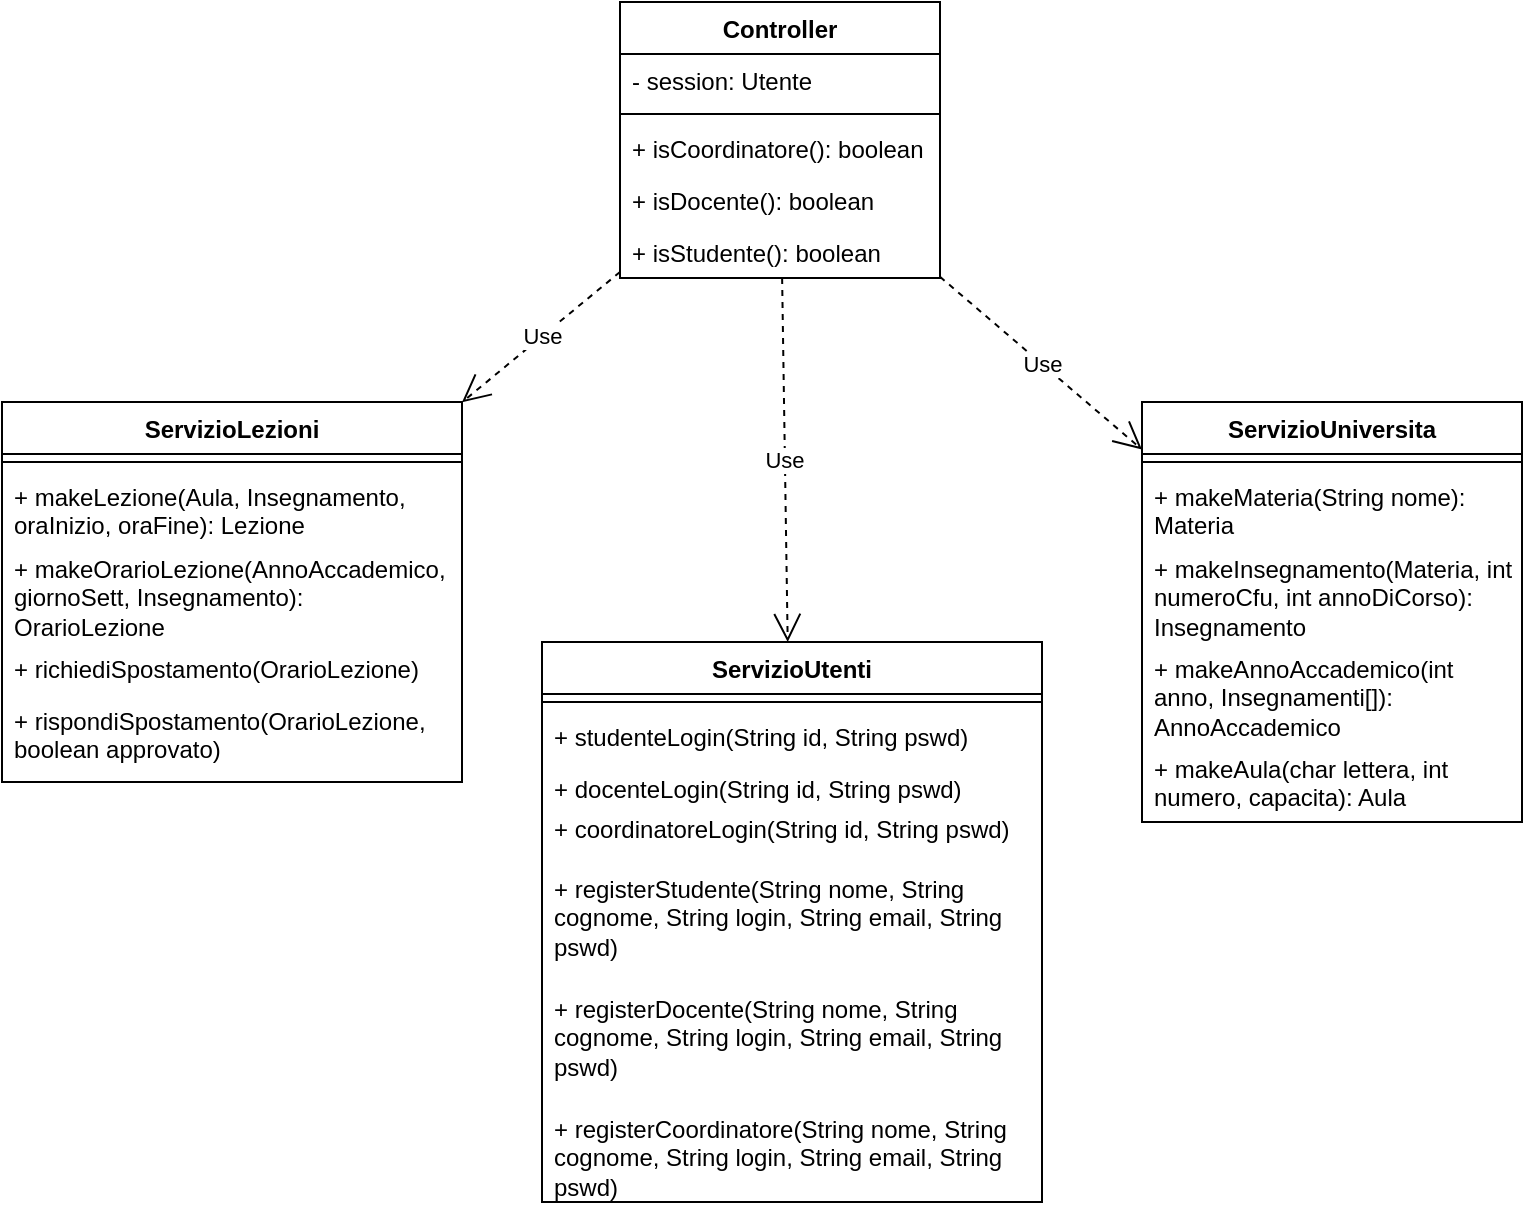
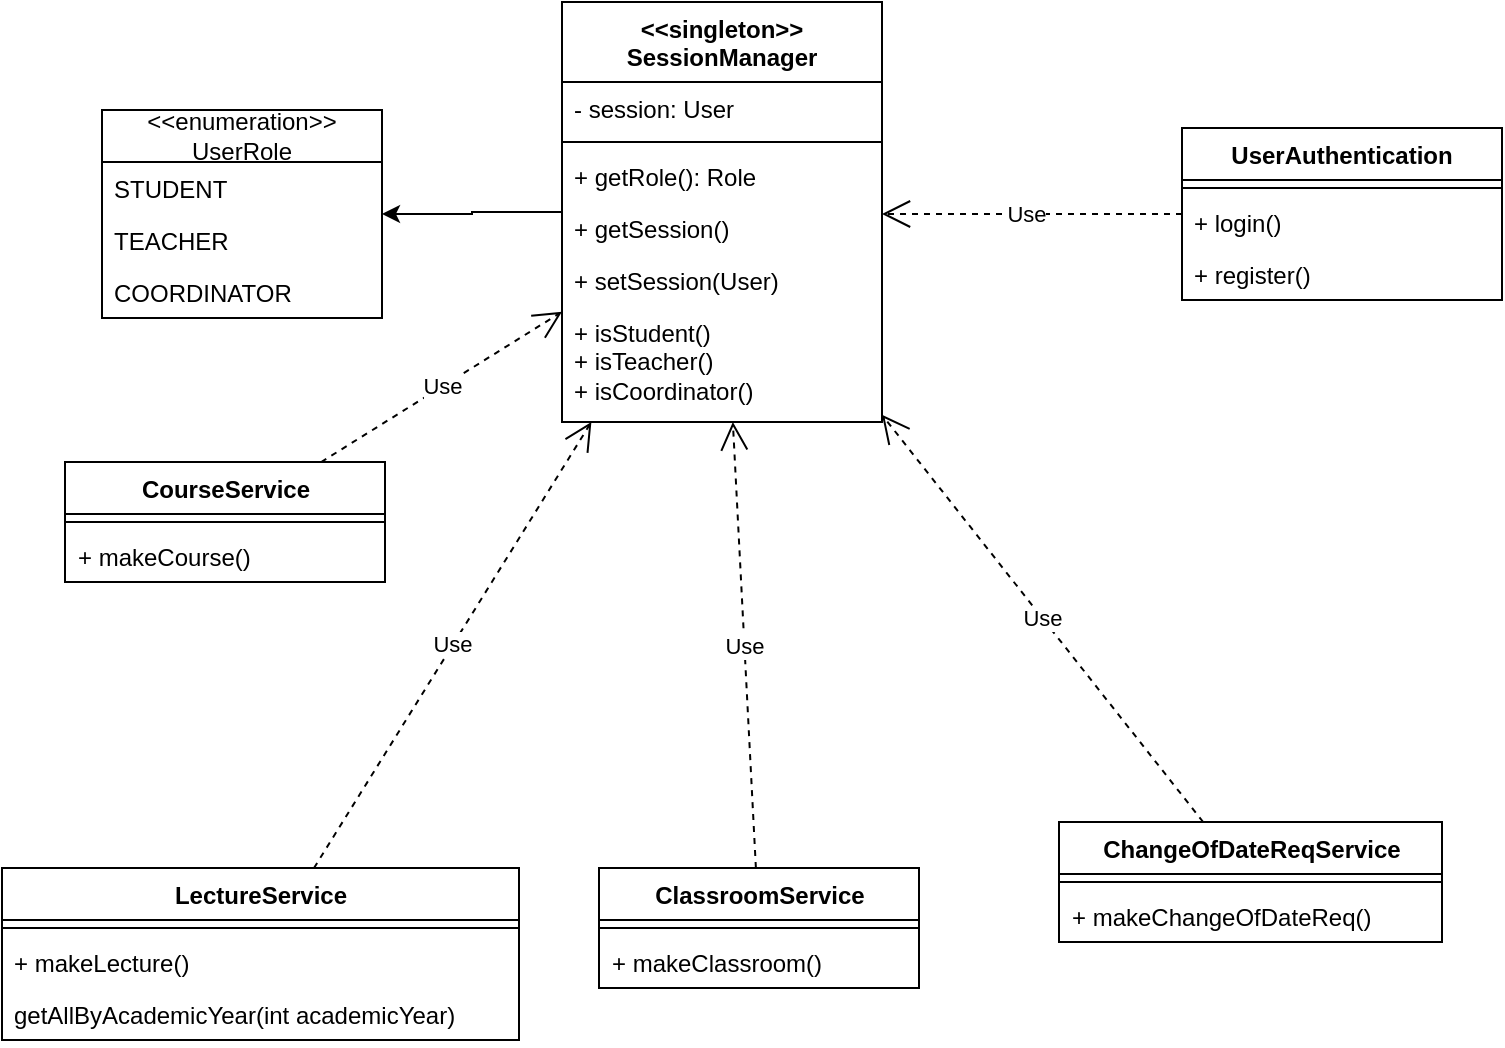
- <mxfile host="Electron" agent="Mozilla/5.0 (X11; Linux x86_64) AppleWebKit/537.36 (KHTML, like Gecko) draw.io/29.6.6 Chrome/144.0.7559.236 Electron/40.8.4 Safari/537.36" version="29.6.6">
-   <diagram name="Page-1" id="Ghs72AzsSMteOQDKlsM0">
-     <mxGraphModel dx="758" dy="1847" grid="1" gridSize="10" guides="1" tooltips="1" connect="1" arrows="1" fold="1" page="1" pageScale="1" pageWidth="850" pageHeight="1100" math="0" shadow="0">
+ <mxfile host="app.diagrams.net" agent="5.0 (Macintosh; Intel Mac OS X 10_15_7) AppleWebKit/537.36 (KHTML, like Gecko) Chrome/109.0.0.0 Safari/537.36">
+   <diagram name="Page-1" id="2YBvvXClWsGukQMizWep">
+     <mxGraphModel dx="1653" dy="1880" grid="1" gridSize="10" guides="1" tooltips="1" connect="1" arrows="1" fold="1" page="1" pageScale="1" pageWidth="850" pageHeight="1100" math="0" shadow="0">
      <root>
        <mxCell id="0" />
        <mxCell id="1" parent="0" />
-         <mxCell id="P6vj78B09w3VkGaw5cSu-1" parent="1" style="swimlane;fontStyle=1;align=center;verticalAlign=top;childLayout=stackLayout;horizontal=1;startSize=26;horizontalStack=0;resizeParent=1;resizeParentMax=0;resizeLast=0;collapsible=1;marginBottom=0;whiteSpace=wrap;html=1;" value="ServizioUtenti" vertex="1">
-           <mxGeometry height="280" width="250" x="320" y="280" as="geometry" />
+         <mxCell id="c3OOQRYHgm3irvs4XgnJ-5" parent="1" style="swimlane;fontStyle=1;align=center;verticalAlign=top;childLayout=stackLayout;horizontal=1;startSize=26;horizontalStack=0;resizeParent=1;resizeParentMax=0;resizeLast=0;collapsible=1;marginBottom=0;whiteSpace=wrap;html=1;" value="ClassroomService" vertex="1">
+           <mxGeometry height="60" width="160" x="308.5" y="303" as="geometry" />
        </mxCell>
-         <mxCell id="P6vj78B09w3VkGaw5cSu-3" parent="P6vj78B09w3VkGaw5cSu-1" style="line;strokeWidth=1;fillColor=none;align=left;verticalAlign=middle;spacingTop=-1;spacingLeft=3;spacingRight=3;rotatable=0;labelPosition=right;points=[];portConstraint=eastwest;strokeColor=inherit;" value="" vertex="1">
-           <mxGeometry height="8" width="250" y="26" as="geometry" />
+         <mxCell id="c3OOQRYHgm3irvs4XgnJ-7" parent="c3OOQRYHgm3irvs4XgnJ-5" style="line;strokeWidth=1;fillColor=none;align=left;verticalAlign=middle;spacingTop=-1;spacingLeft=3;spacingRight=3;rotatable=0;labelPosition=right;points=[];portConstraint=eastwest;strokeColor=inherit;" value="" vertex="1">
+           <mxGeometry height="8" width="160" y="26" as="geometry" />
        </mxCell>
-         <mxCell id="P6vj78B09w3VkGaw5cSu-4" parent="P6vj78B09w3VkGaw5cSu-1" style="text;strokeColor=none;fillColor=none;align=left;verticalAlign=top;spacingLeft=4;spacingRight=4;overflow=hidden;rotatable=0;points=[[0,0.5],[1,0.5]];portConstraint=eastwest;whiteSpace=wrap;html=1;" value="+ studenteLogin(String id, String pswd)" vertex="1">
-           <mxGeometry height="26" width="250" y="34" as="geometry" />
+         <mxCell id="c3OOQRYHgm3irvs4XgnJ-8" parent="c3OOQRYHgm3irvs4XgnJ-5" style="text;strokeColor=none;fillColor=none;align=left;verticalAlign=top;spacingLeft=4;spacingRight=4;overflow=hidden;rotatable=0;points=[[0,0.5],[1,0.5]];portConstraint=eastwest;whiteSpace=wrap;html=1;" value="+ makeClassroom()" vertex="1">
+           <mxGeometry height="26" width="160" y="34" as="geometry" />
        </mxCell>
-         <mxCell id="P6vj78B09w3VkGaw5cSu-21" parent="P6vj78B09w3VkGaw5cSu-1" style="text;strokeColor=none;fillColor=none;align=left;verticalAlign=top;spacingLeft=4;spacingRight=4;overflow=hidden;rotatable=0;points=[[0,0.5],[1,0.5]];portConstraint=eastwest;whiteSpace=wrap;html=1;" value="+ docenteLogin(String id, String pswd)" vertex="1">
-           <mxGeometry height="20" width="250" y="60" as="geometry" />
+         <mxCell id="c3OOQRYHgm3irvs4XgnJ-13" parent="1" style="swimlane;fontStyle=1;align=center;verticalAlign=top;childLayout=stackLayout;horizontal=1;startSize=26;horizontalStack=0;resizeParent=1;resizeParentMax=0;resizeLast=0;collapsible=1;marginBottom=0;whiteSpace=wrap;html=1;" value="LectureService" vertex="1">
+           <mxGeometry height="86" width="258.5" x="10" y="303" as="geometry" />
        </mxCell>
-         <mxCell id="P6vj78B09w3VkGaw5cSu-22" parent="P6vj78B09w3VkGaw5cSu-1" style="text;strokeColor=none;fillColor=none;align=left;verticalAlign=top;spacingLeft=4;spacingRight=4;overflow=hidden;rotatable=0;points=[[0,0.5],[1,0.5]];portConstraint=eastwest;whiteSpace=wrap;html=1;" value="+ coordinatoreLogin(String id, String pswd)" vertex="1">
-           <mxGeometry height="30" width="250" y="80" as="geometry" />
+         <mxCell id="c3OOQRYHgm3irvs4XgnJ-15" parent="c3OOQRYHgm3irvs4XgnJ-13" style="line;strokeWidth=1;fillColor=none;align=left;verticalAlign=middle;spacingTop=-1;spacingLeft=3;spacingRight=3;rotatable=0;labelPosition=right;points=[];portConstraint=eastwest;strokeColor=inherit;" value="" vertex="1">
+           <mxGeometry height="8" width="258.5" y="26" as="geometry" />
        </mxCell>
-         <mxCell id="P6vj78B09w3VkGaw5cSu-20" parent="P6vj78B09w3VkGaw5cSu-1" style="text;strokeColor=none;fillColor=none;align=left;verticalAlign=top;spacingLeft=4;spacingRight=4;overflow=hidden;rotatable=0;points=[[0,0.5],[1,0.5]];portConstraint=eastwest;whiteSpace=wrap;html=1;" value="+ registerStudente(String nome, String cognome, String login, String email, String pswd)" vertex="1">
-           <mxGeometry height="60" width="250" y="110" as="geometry" />
+         <mxCell id="c3OOQRYHgm3irvs4XgnJ-16" parent="c3OOQRYHgm3irvs4XgnJ-13" style="text;strokeColor=none;fillColor=none;align=left;verticalAlign=top;spacingLeft=4;spacingRight=4;overflow=hidden;rotatable=0;points=[[0,0.5],[1,0.5]];portConstraint=eastwest;whiteSpace=wrap;html=1;" value="+ makeLecture()" vertex="1">
+           <mxGeometry height="26" width="258.5" y="34" as="geometry" />
        </mxCell>
-         <mxCell id="P6vj78B09w3VkGaw5cSu-23" parent="P6vj78B09w3VkGaw5cSu-1" style="text;strokeColor=none;fillColor=none;align=left;verticalAlign=top;spacingLeft=4;spacingRight=4;overflow=hidden;rotatable=0;points=[[0,0.5],[1,0.5]];portConstraint=eastwest;whiteSpace=wrap;html=1;" value="+ registerDocente(String nome, String cognome, String login, String email, String pswd)" vertex="1">
-           <mxGeometry height="60" width="250" y="170" as="geometry" />
+         <mxCell id="OPMdSsy4m8qeCp2Xcq0j-1" parent="c3OOQRYHgm3irvs4XgnJ-13" style="text;strokeColor=none;fillColor=none;align=left;verticalAlign=top;spacingLeft=4;spacingRight=4;overflow=hidden;rotatable=0;points=[[0,0.5],[1,0.5]];portConstraint=eastwest;whiteSpace=wrap;html=1;" value="getAllByAcademicYear(int academicYear)" vertex="1">
+           <mxGeometry height="26" width="258.5" y="60" as="geometry" />
        </mxCell>
-         <mxCell id="P6vj78B09w3VkGaw5cSu-24" parent="P6vj78B09w3VkGaw5cSu-1" style="text;strokeColor=none;fillColor=none;align=left;verticalAlign=top;spacingLeft=4;spacingRight=4;overflow=hidden;rotatable=0;points=[[0,0.5],[1,0.5]];portConstraint=eastwest;whiteSpace=wrap;html=1;" value="+ registerCoordinatore(String nome, String cognome, String login, String email, String pswd)" vertex="1">
-           <mxGeometry height="50" width="250" y="230" as="geometry" />
+         <mxCell id="c3OOQRYHgm3irvs4XgnJ-17" parent="1" style="swimlane;fontStyle=1;align=center;verticalAlign=top;childLayout=stackLayout;horizontal=1;startSize=26;horizontalStack=0;resizeParent=1;resizeParentMax=0;resizeLast=0;collapsible=1;marginBottom=0;whiteSpace=wrap;html=1;" value="CourseService" vertex="1">
+           <mxGeometry height="60" width="160" x="41.5" y="100" as="geometry" />
        </mxCell>
-         <mxCell id="P6vj78B09w3VkGaw5cSu-5" parent="1" style="swimlane;fontStyle=1;align=center;verticalAlign=top;childLayout=stackLayout;horizontal=1;startSize=26;horizontalStack=0;resizeParent=1;resizeParentMax=0;resizeLast=0;collapsible=1;marginBottom=0;whiteSpace=wrap;html=1;" value="ServizioUniversita" vertex="1">
-           <mxGeometry height="210" width="190" x="620" y="160" as="geometry" />
+         <mxCell id="c3OOQRYHgm3irvs4XgnJ-19" parent="c3OOQRYHgm3irvs4XgnJ-17" style="line;strokeWidth=1;fillColor=none;align=left;verticalAlign=middle;spacingTop=-1;spacingLeft=3;spacingRight=3;rotatable=0;labelPosition=right;points=[];portConstraint=eastwest;strokeColor=inherit;" value="" vertex="1">
+           <mxGeometry height="8" width="160" y="26" as="geometry" />
        </mxCell>
-         <mxCell id="P6vj78B09w3VkGaw5cSu-7" parent="P6vj78B09w3VkGaw5cSu-5" style="line;strokeWidth=1;fillColor=none;align=left;verticalAlign=middle;spacingTop=-1;spacingLeft=3;spacingRight=3;rotatable=0;labelPosition=right;points=[];portConstraint=eastwest;strokeColor=inherit;" value="" vertex="1">
-           <mxGeometry height="8" width="190" y="26" as="geometry" />
+         <mxCell id="c3OOQRYHgm3irvs4XgnJ-20" parent="c3OOQRYHgm3irvs4XgnJ-17" style="text;strokeColor=none;fillColor=none;align=left;verticalAlign=top;spacingLeft=4;spacingRight=4;overflow=hidden;rotatable=0;points=[[0,0.5],[1,0.5]];portConstraint=eastwest;whiteSpace=wrap;html=1;" value="+ makeCourse()" vertex="1">
+           <mxGeometry height="26" width="160" y="34" as="geometry" />
        </mxCell>
-         <mxCell id="P6vj78B09w3VkGaw5cSu-8" parent="P6vj78B09w3VkGaw5cSu-5" style="text;strokeColor=none;fillColor=none;align=left;verticalAlign=top;spacingLeft=4;spacingRight=4;overflow=hidden;rotatable=0;points=[[0,0.5],[1,0.5]];portConstraint=eastwest;whiteSpace=wrap;html=1;" value="+ makeMateria(String nome): Materia" vertex="1">
-           <mxGeometry height="36" width="190" y="34" as="geometry" />
+         <mxCell id="c3OOQRYHgm3irvs4XgnJ-31" parent="1" style="swimlane;fontStyle=1;align=center;verticalAlign=top;childLayout=stackLayout;horizontal=1;startSize=26;horizontalStack=0;resizeParent=1;resizeParentMax=0;resizeLast=0;collapsible=1;marginBottom=0;whiteSpace=wrap;html=1;" value="ChangeOfDateReqService" vertex="1">
+           <mxGeometry height="60" width="191.5" x="538.5" y="280" as="geometry" />
        </mxCell>
-         <mxCell id="P6vj78B09w3VkGaw5cSu-25" parent="P6vj78B09w3VkGaw5cSu-5" style="text;strokeColor=none;fillColor=none;align=left;verticalAlign=top;spacingLeft=4;spacingRight=4;overflow=hidden;rotatable=0;points=[[0,0.5],[1,0.5]];portConstraint=eastwest;whiteSpace=wrap;html=1;" value="+ makeInsegnamento(Materia, int numeroCfu, int annoDiCorso): Insegnamento" vertex="1">
-           <mxGeometry height="50" width="190" y="70" as="geometry" />
+         <mxCell id="c3OOQRYHgm3irvs4XgnJ-33" parent="c3OOQRYHgm3irvs4XgnJ-31" style="line;strokeWidth=1;fillColor=none;align=left;verticalAlign=middle;spacingTop=-1;spacingLeft=3;spacingRight=3;rotatable=0;labelPosition=right;points=[];portConstraint=eastwest;strokeColor=inherit;" value="" vertex="1">
+           <mxGeometry height="8" width="191.5" y="26" as="geometry" />
        </mxCell>
-         <mxCell id="P6vj78B09w3VkGaw5cSu-26" parent="P6vj78B09w3VkGaw5cSu-5" style="text;strokeColor=none;fillColor=none;align=left;verticalAlign=top;spacingLeft=4;spacingRight=4;overflow=hidden;rotatable=0;points=[[0,0.5],[1,0.5]];portConstraint=eastwest;whiteSpace=wrap;html=1;" value="+ makeAnnoAccademico(int anno, Insegnamenti[]): AnnoAccademico" vertex="1">
-           <mxGeometry height="50" width="190" y="120" as="geometry" />
+         <mxCell id="c3OOQRYHgm3irvs4XgnJ-34" parent="c3OOQRYHgm3irvs4XgnJ-31" style="text;strokeColor=none;fillColor=none;align=left;verticalAlign=top;spacingLeft=4;spacingRight=4;overflow=hidden;rotatable=0;points=[[0,0.5],[1,0.5]];portConstraint=eastwest;whiteSpace=wrap;html=1;" value="+ makeChangeOfDateReq()" vertex="1">
+           <mxGeometry height="26" width="191.5" y="34" as="geometry" />
        </mxCell>
-         <mxCell id="P6vj78B09w3VkGaw5cSu-27" parent="P6vj78B09w3VkGaw5cSu-5" style="text;strokeColor=none;fillColor=none;align=left;verticalAlign=top;spacingLeft=4;spacingRight=4;overflow=hidden;rotatable=0;points=[[0,0.5],[1,0.5]];portConstraint=eastwest;whiteSpace=wrap;html=1;" value="+ makeAula(char lettera, int numero, capacita): Aula" vertex="1">
-           <mxGeometry height="40" width="190" y="170" as="geometry" />
+         <mxCell id="c3OOQRYHgm3irvs4XgnJ-87" edge="1" parent="1" source="c3OOQRYHgm3irvs4XgnJ-60" style="edgeStyle=orthogonalEdgeStyle;rounded=0;orthogonalLoop=1;jettySize=auto;html=1;" target="c3OOQRYHgm3irvs4XgnJ-83">
+           <mxGeometry relative="1" as="geometry" />
        </mxCell>
-         <mxCell id="P6vj78B09w3VkGaw5cSu-9" parent="1" style="swimlane;fontStyle=1;align=center;verticalAlign=top;childLayout=stackLayout;horizontal=1;startSize=26;horizontalStack=0;resizeParent=1;resizeParentMax=0;resizeLast=0;collapsible=1;marginBottom=0;whiteSpace=wrap;html=1;" value="Controller" vertex="1">
-           <mxGeometry height="138" width="160" x="359" y="-40" as="geometry" />
+         <mxCell id="c3OOQRYHgm3irvs4XgnJ-60" parent="1" style="swimlane;fontStyle=1;align=center;verticalAlign=top;childLayout=stackLayout;horizontal=1;startSize=40;horizontalStack=0;resizeParent=1;resizeParentMax=0;resizeLast=0;collapsible=1;marginBottom=0;whiteSpace=wrap;html=1;" value="&lt;div&gt;&amp;lt;&amp;lt;singleton&amp;gt;&amp;gt;&lt;/div&gt;&lt;div&gt;SessionManager&lt;/div&gt;" vertex="1">
+           <mxGeometry height="210" width="160" x="290" y="-130" as="geometry" />
        </mxCell>
-         <mxCell id="P6vj78B09w3VkGaw5cSu-10" parent="P6vj78B09w3VkGaw5cSu-9" style="text;strokeColor=none;fillColor=none;align=left;verticalAlign=top;spacingLeft=4;spacingRight=4;overflow=hidden;rotatable=0;points=[[0,0.5],[1,0.5]];portConstraint=eastwest;whiteSpace=wrap;html=1;" value="- session: Utente" vertex="1">
-           <mxGeometry height="26" width="160" y="26" as="geometry" />
+         <mxCell id="c3OOQRYHgm3irvs4XgnJ-61" parent="c3OOQRYHgm3irvs4XgnJ-60" style="text;strokeColor=none;fillColor=none;align=left;verticalAlign=top;spacingLeft=4;spacingRight=4;overflow=hidden;rotatable=0;points=[[0,0.5],[1,0.5]];portConstraint=eastwest;whiteSpace=wrap;html=1;" value="- session: User" vertex="1">
+           <mxGeometry height="26" width="160" y="40" as="geometry" />
        </mxCell>
-         <mxCell id="P6vj78B09w3VkGaw5cSu-11" parent="P6vj78B09w3VkGaw5cSu-9" style="line;strokeWidth=1;fillColor=none;align=left;verticalAlign=middle;spacingTop=-1;spacingLeft=3;spacingRight=3;rotatable=0;labelPosition=right;points=[];portConstraint=eastwest;strokeColor=inherit;" value="" vertex="1">
-           <mxGeometry height="8" width="160" y="52" as="geometry" />
+         <mxCell id="c3OOQRYHgm3irvs4XgnJ-62" parent="c3OOQRYHgm3irvs4XgnJ-60" style="line;strokeWidth=1;fillColor=none;align=left;verticalAlign=middle;spacingTop=-1;spacingLeft=3;spacingRight=3;rotatable=0;labelPosition=right;points=[];portConstraint=eastwest;strokeColor=inherit;" value="" vertex="1">
+           <mxGeometry height="8" width="160" y="66" as="geometry" />
        </mxCell>
-         <mxCell id="P6vj78B09w3VkGaw5cSu-12" parent="P6vj78B09w3VkGaw5cSu-9" style="text;strokeColor=none;fillColor=none;align=left;verticalAlign=top;spacingLeft=4;spacingRight=4;overflow=hidden;rotatable=0;points=[[0,0.5],[1,0.5]];portConstraint=eastwest;whiteSpace=wrap;html=1;" value="+ isCoordinatore(): boolean" vertex="1">
+         <mxCell id="c3OOQRYHgm3irvs4XgnJ-82" parent="c3OOQRYHgm3irvs4XgnJ-60" style="text;strokeColor=none;fillColor=none;align=left;verticalAlign=top;spacingLeft=4;spacingRight=4;overflow=hidden;rotatable=0;points=[[0,0.5],[1,0.5]];portConstraint=eastwest;whiteSpace=wrap;html=1;" value="+ getRole(): Role" vertex="1">
+           <mxGeometry height="26" width="160" y="74" as="geometry" />
+         </mxCell>
+         <mxCell id="c3OOQRYHgm3irvs4XgnJ-63" parent="c3OOQRYHgm3irvs4XgnJ-60" style="text;strokeColor=none;fillColor=none;align=left;verticalAlign=top;spacingLeft=4;spacingRight=4;overflow=hidden;rotatable=0;points=[[0,0.5],[1,0.5]];portConstraint=eastwest;whiteSpace=wrap;html=1;" value="+ getSession()" vertex="1">
+           <mxGeometry height="26" width="160" y="100" as="geometry" />
+         </mxCell>
+         <mxCell id="c3OOQRYHgm3irvs4XgnJ-78" parent="c3OOQRYHgm3irvs4XgnJ-60" style="text;strokeColor=none;fillColor=none;align=left;verticalAlign=top;spacingLeft=4;spacingRight=4;overflow=hidden;rotatable=0;points=[[0,0.5],[1,0.5]];portConstraint=eastwest;whiteSpace=wrap;html=1;" value="+ setSession(User)" vertex="1">
+           <mxGeometry height="26" width="160" y="126" as="geometry" />
+         </mxCell>
+         <mxCell id="3TMem2JVMShr2a-YbWjl-6" parent="c3OOQRYHgm3irvs4XgnJ-60" style="text;strokeColor=none;fillColor=none;align=left;verticalAlign=top;spacingLeft=4;spacingRight=4;overflow=hidden;rotatable=0;points=[[0,0.5],[1,0.5]];portConstraint=eastwest;whiteSpace=wrap;html=1;" value="&lt;div&gt;+ isStudent()&lt;/div&gt;&lt;div&gt;+ isTeacher()&lt;/div&gt;&lt;div&gt;+ isCoordinator()&lt;/div&gt;" vertex="1">
+           <mxGeometry height="58" width="160" y="152" as="geometry" />
+         </mxCell>
+         <mxCell id="c3OOQRYHgm3irvs4XgnJ-71" parent="1" style="swimlane;fontStyle=1;align=center;verticalAlign=top;childLayout=stackLayout;horizontal=1;startSize=26;horizontalStack=0;resizeParent=1;resizeParentMax=0;resizeLast=0;collapsible=1;marginBottom=0;whiteSpace=wrap;html=1;" value="UserAuthentication" vertex="1">
+           <mxGeometry height="86" width="160" x="600" y="-67" as="geometry" />
+         </mxCell>
+         <mxCell id="c3OOQRYHgm3irvs4XgnJ-73" parent="c3OOQRYHgm3irvs4XgnJ-71" style="line;strokeWidth=1;fillColor=none;align=left;verticalAlign=middle;spacingTop=-1;spacingLeft=3;spacingRight=3;rotatable=0;labelPosition=right;points=[];portConstraint=eastwest;strokeColor=inherit;" value="" vertex="1">
+           <mxGeometry height="8" width="160" y="26" as="geometry" />
+         </mxCell>
+         <mxCell id="c3OOQRYHgm3irvs4XgnJ-91" parent="c3OOQRYHgm3irvs4XgnJ-71" style="text;strokeColor=none;fillColor=none;align=left;verticalAlign=top;spacingLeft=4;spacingRight=4;overflow=hidden;rotatable=0;points=[[0,0.5],[1,0.5]];portConstraint=eastwest;whiteSpace=wrap;html=1;" value="+ login()" vertex="1">
+           <mxGeometry height="26" width="160" y="34" as="geometry" />
+         </mxCell>
+         <mxCell id="c3OOQRYHgm3irvs4XgnJ-74" parent="c3OOQRYHgm3irvs4XgnJ-71" style="text;strokeColor=none;fillColor=none;align=left;verticalAlign=top;spacingLeft=4;spacingRight=4;overflow=hidden;rotatable=0;points=[[0,0.5],[1,0.5]];portConstraint=eastwest;whiteSpace=wrap;html=1;" value="+ register()" vertex="1">
          <mxGeometry height="26" width="160" y="60" as="geometry" />
        </mxCell>
-         <mxCell id="P6vj78B09w3VkGaw5cSu-28" parent="P6vj78B09w3VkGaw5cSu-9" style="text;strokeColor=none;fillColor=none;align=left;verticalAlign=top;spacingLeft=4;spacingRight=4;overflow=hidden;rotatable=0;points=[[0,0.5],[1,0.5]];portConstraint=eastwest;whiteSpace=wrap;html=1;" value="+ isDocente(): boolean" vertex="1">
-           <mxGeometry height="26" width="160" y="86" as="geometry" />
-         </mxCell>
-         <mxCell id="P6vj78B09w3VkGaw5cSu-29" parent="P6vj78B09w3VkGaw5cSu-9" style="text;strokeColor=none;fillColor=none;align=left;verticalAlign=top;spacingLeft=4;spacingRight=4;overflow=hidden;rotatable=0;points=[[0,0.5],[1,0.5]];portConstraint=eastwest;whiteSpace=wrap;html=1;" value="+ isStudente(): boolean" vertex="1">
-           <mxGeometry height="26" width="160" y="112" as="geometry" />
-         </mxCell>
-         <mxCell id="P6vj78B09w3VkGaw5cSu-13" parent="1" style="swimlane;fontStyle=1;align=center;verticalAlign=top;childLayout=stackLayout;horizontal=1;startSize=26;horizontalStack=0;resizeParent=1;resizeParentMax=0;resizeLast=0;collapsible=1;marginBottom=0;whiteSpace=wrap;html=1;" value="ServizioLezioni" vertex="1">
-           <mxGeometry height="190" width="230" x="50" y="160" as="geometry" />
-         </mxCell>
-         <mxCell id="P6vj78B09w3VkGaw5cSu-15" parent="P6vj78B09w3VkGaw5cSu-13" style="line;strokeWidth=1;fillColor=none;align=left;verticalAlign=middle;spacingTop=-1;spacingLeft=3;spacingRight=3;rotatable=0;labelPosition=right;points=[];portConstraint=eastwest;strokeColor=inherit;" value="" vertex="1">
-           <mxGeometry height="8" width="230" y="26" as="geometry" />
-         </mxCell>
-         <mxCell id="P6vj78B09w3VkGaw5cSu-16" parent="P6vj78B09w3VkGaw5cSu-13" style="text;strokeColor=none;fillColor=none;align=left;verticalAlign=top;spacingLeft=4;spacingRight=4;overflow=hidden;rotatable=0;points=[[0,0.5],[1,0.5]];portConstraint=eastwest;whiteSpace=wrap;html=1;" value="+ makeLezione(Aula, Insegnamento, oraInizio, oraFine): Lezione" vertex="1">
-           <mxGeometry height="36" width="230" y="34" as="geometry" />
-         </mxCell>
-         <mxCell id="P6vj78B09w3VkGaw5cSu-17" parent="P6vj78B09w3VkGaw5cSu-13" style="text;strokeColor=none;fillColor=none;align=left;verticalAlign=top;spacingLeft=4;spacingRight=4;overflow=hidden;rotatable=0;points=[[0,0.5],[1,0.5]];portConstraint=eastwest;whiteSpace=wrap;html=1;" value="+ makeOrarioLezione(AnnoAccademico, giornoSett, Insegnamento): OrarioLezione" vertex="1">
-           <mxGeometry height="50" width="230" y="70" as="geometry" />
-         </mxCell>
-         <mxCell id="P6vj78B09w3VkGaw5cSu-19" parent="P6vj78B09w3VkGaw5cSu-13" style="text;strokeColor=none;fillColor=none;align=left;verticalAlign=top;spacingLeft=4;spacingRight=4;overflow=hidden;rotatable=0;points=[[0,0.5],[1,0.5]];portConstraint=eastwest;whiteSpace=wrap;html=1;" value="+ richiediSpostamento(OrarioLezione)" vertex="1">
-           <mxGeometry height="26" width="230" y="120" as="geometry" />
-         </mxCell>
-         <mxCell id="P6vj78B09w3VkGaw5cSu-18" parent="P6vj78B09w3VkGaw5cSu-13" style="text;strokeColor=none;fillColor=none;align=left;verticalAlign=top;spacingLeft=4;spacingRight=4;overflow=hidden;rotatable=0;points=[[0,0.5],[1,0.5]];portConstraint=eastwest;whiteSpace=wrap;html=1;" value="+ rispondiSpostamento&lt;span style=&quot;background-color: transparent; color: light-dark(rgb(0, 0, 0), rgb(255, 255, 255));&quot;&gt;(OrarioLezione, boolean approvato)&lt;/span&gt;" vertex="1">
-           <mxGeometry height="44" width="230" y="146" as="geometry" />
-         </mxCell>
-         <mxCell id="P6vj78B09w3VkGaw5cSu-30" edge="1" parent="1" source="P6vj78B09w3VkGaw5cSu-9" style="endArrow=open;endSize=12;dashed=1;html=1;rounded=0;" target="P6vj78B09w3VkGaw5cSu-13" value="Use">
-           <mxGeometry relative="1" width="160" as="geometry">
-             <mxPoint x="460" y="310" as="sourcePoint" />
-             <mxPoint x="620" y="310" as="targetPoint" />
+         <mxCell id="c3OOQRYHgm3irvs4XgnJ-79" edge="1" parent="1" source="c3OOQRYHgm3irvs4XgnJ-71" style="endArrow=open;endSize=12;dashed=1;html=1;rounded=0;edgeStyle=orthogonalEdgeStyle;" target="c3OOQRYHgm3irvs4XgnJ-60" value="Use">
+           <mxGeometry relative="1" width="160" x="0.0419" as="geometry">
+             <mxPoint as="offset" />
+             <Array as="points">
+               <mxPoint x="640" y="-24" />
+             </Array>
+             <mxPoint x="470" y="170" as="sourcePoint" />
+             <mxPoint x="630" y="170" as="targetPoint" />
          </mxGeometry>
        </mxCell>
-         <mxCell id="P6vj78B09w3VkGaw5cSu-31" edge="1" parent="1" source="P6vj78B09w3VkGaw5cSu-9" style="endArrow=open;endSize=12;dashed=1;html=1;rounded=0;" target="P6vj78B09w3VkGaw5cSu-1" value="Use">
+         <mxCell id="c3OOQRYHgm3irvs4XgnJ-83" parent="1" style="swimlane;fontStyle=0;childLayout=stackLayout;horizontal=1;startSize=26;fillColor=none;horizontalStack=0;resizeParent=1;resizeParentMax=0;resizeLast=0;collapsible=1;marginBottom=0;whiteSpace=wrap;html=1;" value="&lt;div&gt;&amp;lt;&amp;lt;enumeration&amp;gt;&amp;gt;&lt;/div&gt;&lt;div&gt;UserRole&lt;/div&gt;" vertex="1">
+           <mxGeometry height="104" width="140" x="60" y="-76" as="geometry" />
+         </mxCell>
+         <mxCell id="c3OOQRYHgm3irvs4XgnJ-84" parent="c3OOQRYHgm3irvs4XgnJ-83" style="text;strokeColor=none;fillColor=none;align=left;verticalAlign=top;spacingLeft=4;spacingRight=4;overflow=hidden;rotatable=0;points=[[0,0.5],[1,0.5]];portConstraint=eastwest;whiteSpace=wrap;html=1;" value="STUDENT" vertex="1">
+           <mxGeometry height="26" width="140" y="26" as="geometry" />
+         </mxCell>
+         <mxCell id="c3OOQRYHgm3irvs4XgnJ-85" parent="c3OOQRYHgm3irvs4XgnJ-83" style="text;strokeColor=none;fillColor=none;align=left;verticalAlign=top;spacingLeft=4;spacingRight=4;overflow=hidden;rotatable=0;points=[[0,0.5],[1,0.5]];portConstraint=eastwest;whiteSpace=wrap;html=1;" value="TEACHER" vertex="1">
+           <mxGeometry height="26" width="140" y="52" as="geometry" />
+         </mxCell>
+         <mxCell id="c3OOQRYHgm3irvs4XgnJ-86" parent="c3OOQRYHgm3irvs4XgnJ-83" style="text;strokeColor=none;fillColor=none;align=left;verticalAlign=top;spacingLeft=4;spacingRight=4;overflow=hidden;rotatable=0;points=[[0,0.5],[1,0.5]];portConstraint=eastwest;whiteSpace=wrap;html=1;" value="COORDINATOR" vertex="1">
+           <mxGeometry height="26" width="140" y="78" as="geometry" />
+         </mxCell>
+         <mxCell id="3TMem2JVMShr2a-YbWjl-2" edge="1" parent="1" source="c3OOQRYHgm3irvs4XgnJ-5" style="endArrow=open;endSize=12;dashed=1;html=1;rounded=0;" target="c3OOQRYHgm3irvs4XgnJ-60" value="Use">
          <mxGeometry relative="1" width="160" as="geometry">
-             <mxPoint x="599" y="200" as="sourcePoint" />
-             <mxPoint x="520" y="265" as="targetPoint" />
+             <mxPoint x="770" y="250" as="sourcePoint" />
+             <mxPoint x="930" y="250" as="targetPoint" />
          </mxGeometry>
        </mxCell>
-         <mxCell id="P6vj78B09w3VkGaw5cSu-32" edge="1" parent="1" source="P6vj78B09w3VkGaw5cSu-9" style="endArrow=open;endSize=12;dashed=1;html=1;rounded=0;" target="P6vj78B09w3VkGaw5cSu-5" value="Use">
+         <mxCell id="3TMem2JVMShr2a-YbWjl-3" edge="1" parent="1" source="c3OOQRYHgm3irvs4XgnJ-31" style="endArrow=open;endSize=12;dashed=1;html=1;rounded=0;" target="c3OOQRYHgm3irvs4XgnJ-60" value="Use">
          <mxGeometry relative="1" width="160" as="geometry">
-             <mxPoint x="570" y="250" as="sourcePoint" />
-             <mxPoint x="573" y="432" as="targetPoint" />
+             <mxPoint x="623" y="371" as="sourcePoint" />
+             <mxPoint x="610" y="120" as="targetPoint" />
+           </mxGeometry>
+         </mxCell>
+         <mxCell id="3TMem2JVMShr2a-YbWjl-4" edge="1" parent="1" source="c3OOQRYHgm3irvs4XgnJ-17" style="endArrow=open;endSize=12;dashed=1;html=1;rounded=0;" target="c3OOQRYHgm3irvs4XgnJ-60" value="Use">
+           <mxGeometry relative="1" width="160" as="geometry">
+             <mxPoint x="954" y="438" as="sourcePoint" />
+             <mxPoint x="790" y="210" as="targetPoint" />
+           </mxGeometry>
+         </mxCell>
+         <mxCell id="3TMem2JVMShr2a-YbWjl-5" edge="1" parent="1" source="c3OOQRYHgm3irvs4XgnJ-13" style="endArrow=open;endSize=12;dashed=1;html=1;rounded=0;" target="c3OOQRYHgm3irvs4XgnJ-60" value="Use">
+           <mxGeometry relative="1" width="160" as="geometry">
+             <mxPoint x="370" y="198" as="sourcePoint" />
+             <mxPoint x="502" y="90" as="targetPoint" />
          </mxGeometry>
        </mxCell>
      </root>
    </mxGraphModel>
  </diagram>
</mxfile>
